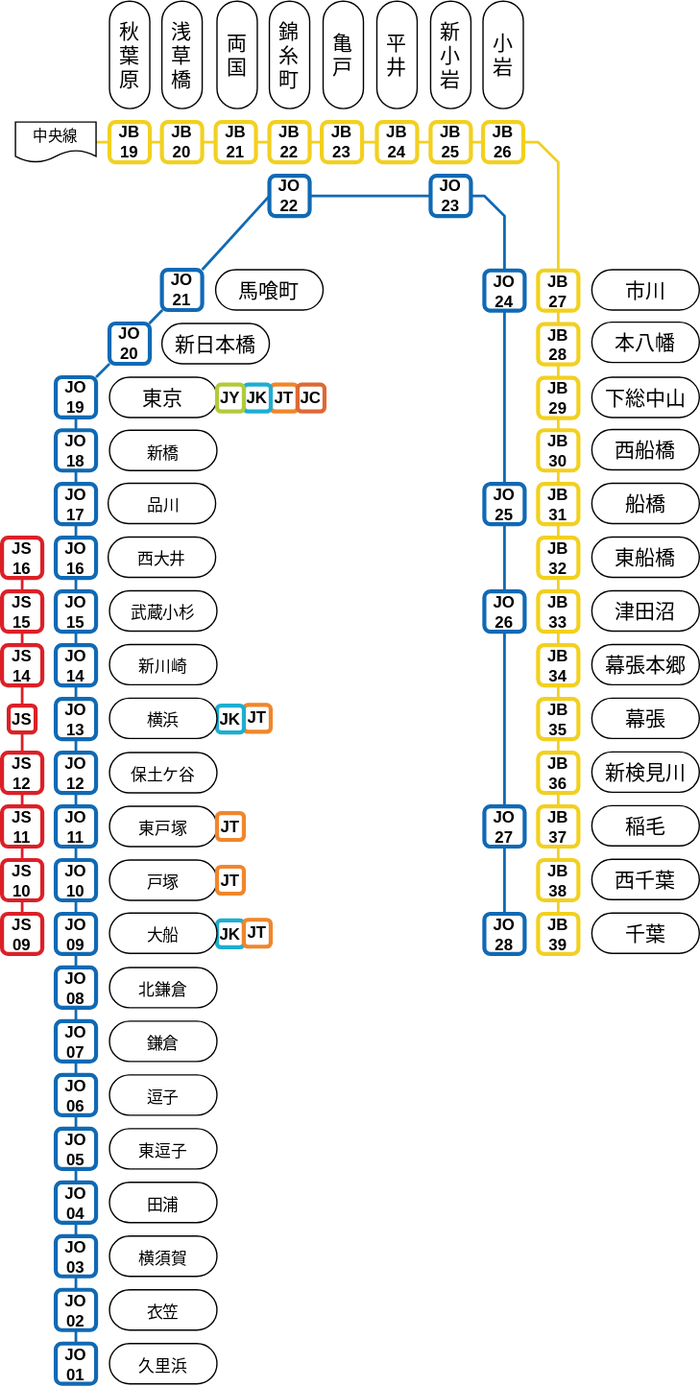
lyw6024/lyw6024.github.io keeps this draw.io diagram as svg/sobu_chuou.svg. Above is the earlier version. Source tidied: cells renumbered, new cells last; positions are measured from the earlier drawing's top-left corner, leaving out a move shared by most shapes.
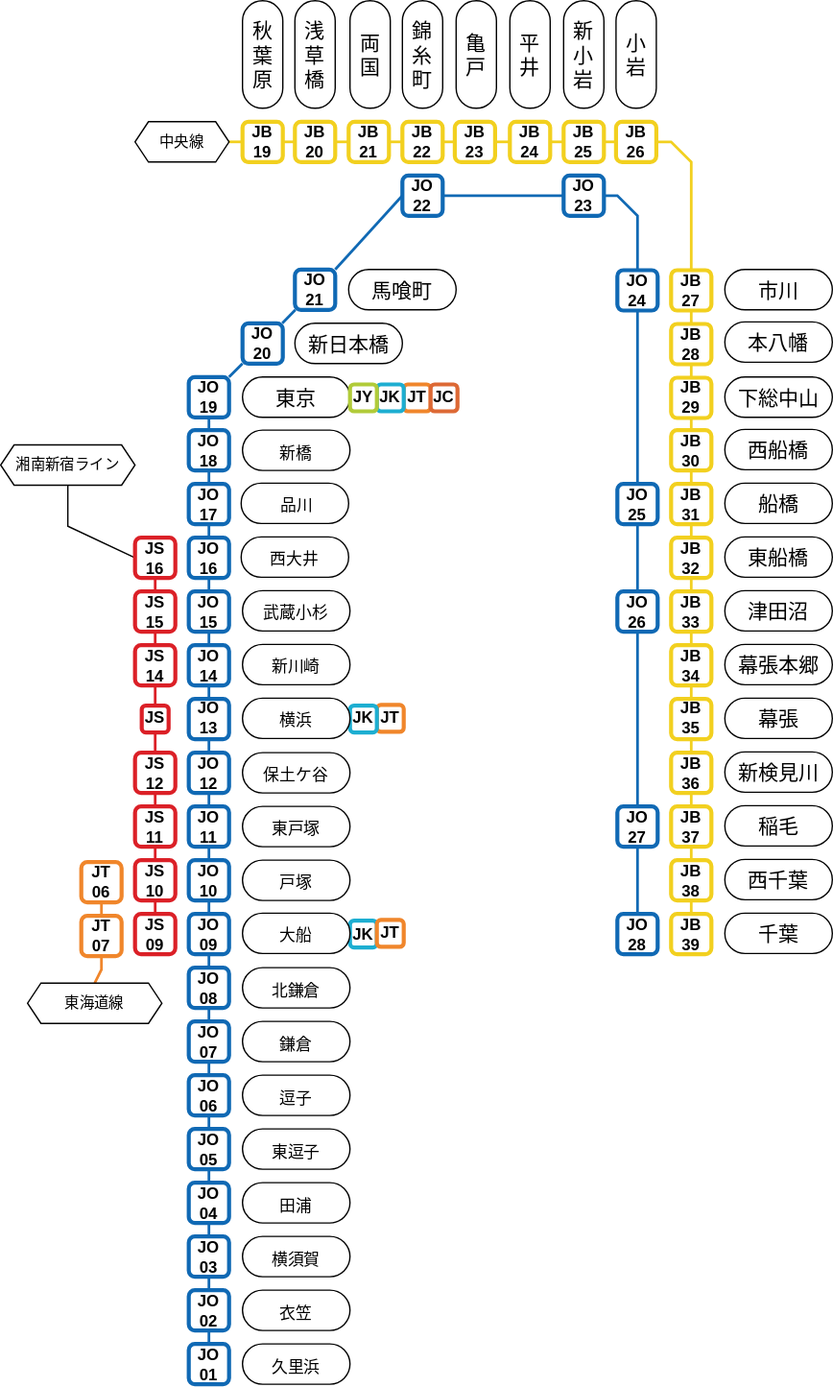
After the commit.

The edit, as a diff of the source:
```diff
@@ -383,6 +383,13 @@
     <mxCell id="124" value="&lt;b&gt;JS&lt;/b&gt;&lt;div&gt;&lt;b&gt;15&lt;/b&gt;&lt;/div&gt;" style="rounded=1;whiteSpace=wrap;html=1;strokeWidth=3;strokeColor=#DB2027;" parent="1" vertex="1">
       <mxGeometry y="439.5" width="30" height="30" as="geometry" />
     </mxCell>
+    <mxCell id="167" style="rounded=0;jettySize=auto;html=1;exitX=0;exitY=0.5;exitDx=0;exitDy=0;entryX=0.5;entryY=1;entryDx=0;entryDy=0;endArrow=none;endFill=0;" parent="1" edge="1" source="125" target="168">
+      <mxGeometry relative="1" as="geometry">
+        <Array as="points">
+          <mxPoint x="-50" y="391" />
+        </Array>
+      </mxGeometry>
+    </mxCell>
     <mxCell id="125" value="&lt;b&gt;JS&lt;/b&gt;&lt;div&gt;&lt;b&gt;16&lt;/b&gt;&lt;/div&gt;" style="rounded=1;whiteSpace=wrap;html=1;strokeWidth=3;strokeColor=#DB2027;" parent="1" vertex="1">
       <mxGeometry y="399.5" width="30" height="30" as="geometry" />
     </mxCell>
@@ -494,20 +501,36 @@
     <mxCell id="161" value="&lt;span style=&quot;font-size: 12px;&quot;&gt;久里浜&lt;/span&gt;" style="rounded=1;whiteSpace=wrap;html=1;arcSize=50;fontSize=15;" parent="1" vertex="1">
       <mxGeometry x="80" y="999.5" width="80" height="30" as="geometry" />
     </mxCell>
-    <mxCell id="162" value="&lt;b&gt;JT&lt;/b&gt;" style="rounded=1;whiteSpace=wrap;html=1;strokeWidth=3;strokeColor=#F0862B;" parent="1" vertex="1">
-      <mxGeometry x="160" y="644.5" width="20" height="20" as="geometry" />
-    </mxCell>
-    <mxCell id="163" value="&lt;b&gt;JT&lt;/b&gt;" style="rounded=1;whiteSpace=wrap;html=1;strokeWidth=3;strokeColor=#F0862B;" parent="1" vertex="1">
-      <mxGeometry x="160" y="604.5" width="20" height="20" as="geometry" />
-    </mxCell>
     <mxCell id="164" value="&lt;b&gt;JT&lt;/b&gt;" style="rounded=1;whiteSpace=wrap;html=1;strokeWidth=3;strokeColor=#F0862B;" parent="1" vertex="1">
       <mxGeometry x="180" y="684" width="20" height="20" as="geometry" />
     </mxCell>
+    <mxCell id="166" value="&lt;b&gt;JC&lt;/b&gt;" style="rounded=1;whiteSpace=wrap;html=1;strokeWidth=3;strokeColor=#DD6935;" parent="1" vertex="1">
+      <mxGeometry x="220" y="285.5" width="20" height="20" as="geometry" />
+    </mxCell>
-    <mxCell id="165" value="中央線" style="shape=document;whiteSpace=wrap;html=1;boundedLbl=1;fontFamily=Helvetica;fontSize=11;fontColor=default;labelBackgroundColor=default;" parent="1" vertex="1">
-      <mxGeometry x="10" y="90" width="60" height="30" as="geometry" />
+    <mxCell id="165" value="&lt;span style=&quot;font-size: 11px; background-color: rgb(255, 255, 255);&quot;&gt;中央線&lt;/span&gt;" style="shape=hexagon;perimeter=hexagonPerimeter2;whiteSpace=wrap;html=1;fixedSize=1;size=10;" parent="1" vertex="1">
+      <mxGeometry y="90" width="70" height="30" as="geometry" />
     </mxCell>
-    <mxCell id="166" value="&lt;b&gt;JC&lt;/b&gt;" style="rounded=1;whiteSpace=wrap;html=1;strokeWidth=3;strokeColor=#DD6935;" parent="1" vertex="1">
-      <mxGeometry x="220" y="285.5" width="20" height="20" as="geometry" />
-    </mxCell>
+    <mxCell id="168" value="&lt;span style=&quot;font-size: 11px; background-color: rgb(255, 255, 255);&quot;&gt;湘南新宿ライン&lt;/span&gt;" style="shape=hexagon;perimeter=hexagonPerimeter2;whiteSpace=wrap;html=1;fixedSize=1;size=10;" parent="1" vertex="1">
+      <mxGeometry x="-100" y="330.5" width="100" height="30" as="geometry" />
+    </mxCell>
+    <mxCell id="169" style="edgeStyle=orthogonalEdgeStyle;shape=connector;rounded=0;jettySize=auto;html=1;exitX=0.5;exitY=1;exitDx=0;exitDy=0;entryX=0.5;entryY=0;entryDx=0;entryDy=0;strokeColor=#F0862B;strokeWidth=2;align=center;verticalAlign=middle;fontFamily=Helvetica;fontSize=11;fontColor=default;labelBackgroundColor=default;endArrow=none;endFill=0;" parent="1" edge="1" source="170" target="172">
+      <mxGeometry relative="1" as="geometry" />
+    </mxCell>
+    <mxCell id="170" value="&lt;b&gt;JT&lt;/b&gt;&lt;div&gt;&lt;b&gt;06&lt;/b&gt;&lt;/div&gt;" style="rounded=1;whiteSpace=wrap;html=1;strokeWidth=3;strokeColor=#F0862B;" parent="1" vertex="1">
+      <mxGeometry x="-40" y="641" width="30" height="30" as="geometry" />
+    </mxCell>
+    <mxCell id="171" style="shape=connector;rounded=0;jettySize=auto;html=1;exitX=0.5;exitY=1;exitDx=0;exitDy=0;entryX=0.5;entryY=0;entryDx=0;entryDy=0;strokeColor=#F0862B;strokeWidth=2;align=center;verticalAlign=middle;fontFamily=Helvetica;fontSize=11;fontColor=default;labelBackgroundColor=default;endArrow=none;endFill=0;" parent="1" edge="1" source="172" target="173">
+      <mxGeometry relative="1" as="geometry">
+        <Array as="points">
+          <mxPoint x="-25" y="721" />
+        </Array>
+      </mxGeometry>
+    </mxCell>
+    <mxCell id="172" value="&lt;b&gt;JT&lt;/b&gt;&lt;div&gt;&lt;b&gt;07&lt;/b&gt;&lt;/div&gt;" style="rounded=1;whiteSpace=wrap;html=1;strokeWidth=3;strokeColor=#F0862B;" parent="1" vertex="1">
+      <mxGeometry x="-40" y="681" width="30" height="30" as="geometry" />
+    </mxCell>
+    <mxCell id="173" value="&lt;span style=&quot;font-size: 11px; background-color: rgb(255, 255, 255);&quot;&gt;東海道線&lt;/span&gt;" style="shape=hexagon;perimeter=hexagonPerimeter2;whiteSpace=wrap;html=1;fixedSize=1;size=10;" parent="1" vertex="1">
+      <mxGeometry x="-80" y="731" width="100" height="30" as="geometry" />
+    </mxCell>
   </root>
 </mxGraphModel>
```
